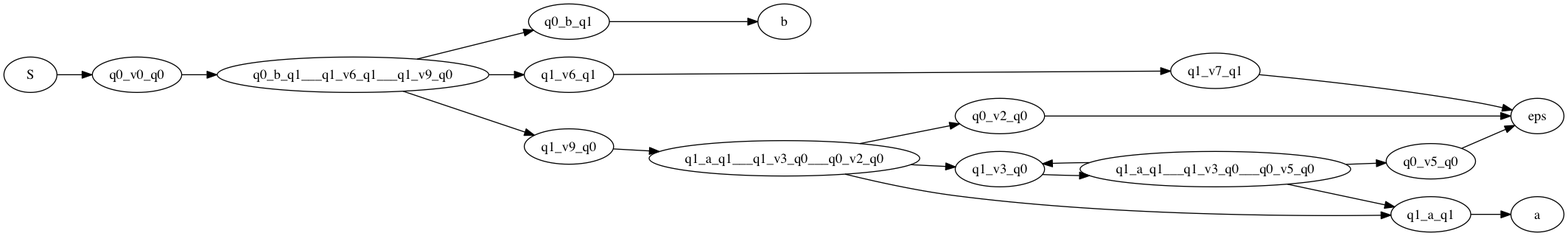
Earlier version of the Graphviz export reachable.dot.png (sdierauf/automata-and-languages-lab2). Its source is kept beside it as reachable.dot.
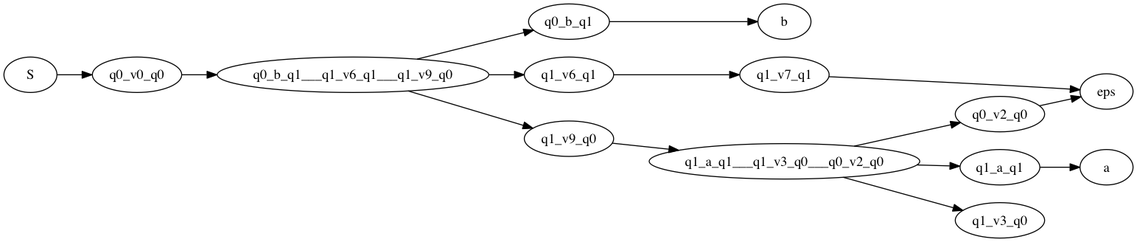
After the commit.

Change to the diagram source:
```diff
@@ -1,22 +1,17 @@
 digraph finite_state_machine {
 	rankdir=LR;
-											S -> q0_v0_q0;
+									S -> q0_v0_q0;
 	q0_v0_q0 -> q0_b_q1___q1_v6_q1___q1_v9_q0;
 	q0_b_q1 -> b;
 	q1_v6_q1 -> q1_v7_q1;
 	q1_v9_q0 -> q1_a_q1___q1_v3_q0___q0_v2_q0;
 	q1_v7_q1 -> eps;
 	q1_a_q1 -> a;
-	q1_v3_q0 -> q1_a_q1___q1_v3_q0___q0_v5_q0;
 	q0_v2_q0 -> eps;
-	q0_v5_q0 -> eps;
 	q0_b_q1___q1_v6_q1___q1_v9_q0 -> q0_b_q1;
 	q0_b_q1___q1_v6_q1___q1_v9_q0 -> q1_v6_q1;
 	q0_b_q1___q1_v6_q1___q1_v9_q0 -> q1_v9_q0;
 	q1_a_q1___q1_v3_q0___q0_v2_q0 -> q1_a_q1;
 	q1_a_q1___q1_v3_q0___q0_v2_q0 -> q1_v3_q0;
 	q1_a_q1___q1_v3_q0___q0_v2_q0 -> q0_v2_q0;
-	q1_a_q1___q1_v3_q0___q0_v5_q0 -> q1_a_q1;
-	q1_a_q1___q1_v3_q0___q0_v5_q0 -> q1_v3_q0;
-	q1_a_q1___q1_v3_q0___q0_v5_q0 -> q0_v5_q0;
 }
```
